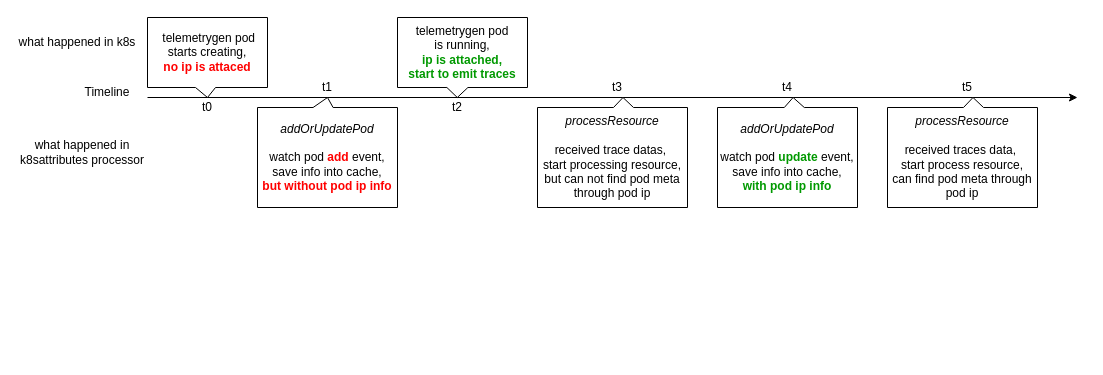
This is opentelemetry/collector/k8sattribute-bug-18892.drawio from fatsheep9146/drawio-registry, a draw.io file, before an edit. Source tidied: cells renumbered, new cells numbered last; positions are measured from the earlier drawing's top-left corner, leaving out a move shared by most shapes. Both pictures are drawn from the tidied source at 100%, with x=0, y=0 at pixel (17, 17).
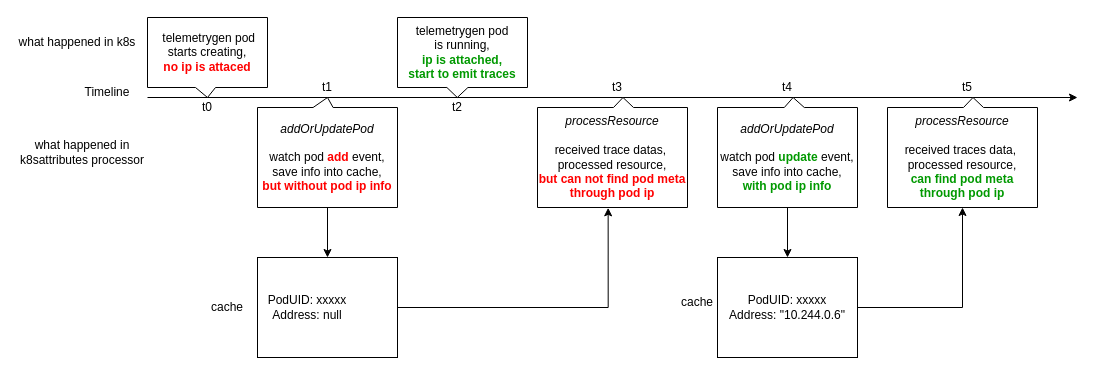
The same diagram, later.

The change refers to these unchanged cells:
```xml
<mxCell id="6" value="&lt;i&gt;addOrUpdatePod&lt;/i&gt;&lt;br&gt;&lt;br&gt;watch pod &lt;b&gt;&lt;font color=&quot;#ff0000&quot;&gt;add&lt;/font&gt;&lt;/b&gt; event, save info into cache, &lt;br&gt;&lt;b&gt;&lt;font color=&quot;#ff0000&quot;&gt;but without pod ip info&lt;/font&gt;&lt;/b&gt;" style="shape=callout;whiteSpace=wrap;html=1;perimeter=calloutPerimeter;size=10;position=0.46;base=20;direction=west;" parent="1" vertex="1">
  <mxGeometry x="240" y="80" width="140" height="110" as="geometry" />
</mxCell>
<mxCell id="14" value="&lt;i&gt;addOrUpdatePod&lt;/i&gt;&lt;br&gt;&lt;br&gt;watch pod &lt;b&gt;&lt;font color=&quot;#009900&quot;&gt;update&lt;/font&gt;&lt;/b&gt; event, &lt;br&gt;save info into cache,&lt;br style=&quot;border-color: var(--border-color);&quot;&gt;&lt;font color=&quot;#009900&quot;&gt;&lt;b&gt;with pod ip info&lt;/b&gt;&lt;/font&gt;" style="shape=callout;whiteSpace=wrap;html=1;perimeter=calloutPerimeter;size=10;position=0.38;base=20;direction=west;position2=0.46;" parent="1" vertex="1">
  <mxGeometry x="700" y="80" width="140" height="110" as="geometry" />
</mxCell>
```

Diff of the diagram source:
```diff
@@
+    <mxCell id="18" style="edgeStyle=orthogonalEdgeStyle;rounded=0;jettySize=auto;html=1;exitX=0.5;exitY=0;exitDx=0;exitDy=0;exitPerimeter=0;entryX=0.5;entryY=0;entryDx=0;entryDy=0;" parent="1" edge="1" source="6" target="20">
+      <mxGeometry relative="1" as="geometry" />
+    </mxCell>
@@
-    <mxCell id="12" value="&lt;i&gt;processResource&lt;/i&gt;&lt;br&gt;&lt;br&gt;received trace datas,&amp;nbsp;&lt;br&gt;start processing resource,&lt;br&gt;but can not find pod meta through pod ip" style="shape=callout;whiteSpace=wrap;html=1;perimeter=calloutPerimeter;size=10;position=0.36;base=20;direction=west;position2=0.43;" parent="1" vertex="1">
+    <mxCell id="12" value="&lt;i&gt;processResource&lt;/i&gt;&lt;br&gt;&lt;br&gt;received trace datas,&amp;nbsp;&lt;br&gt;processed resource,&lt;br&gt;&lt;b&gt;&lt;font color=&quot;#ff0000&quot;&gt;but can not find pod meta through pod ip&lt;/font&gt;&lt;/b&gt;" style="shape=callout;whiteSpace=wrap;html=1;perimeter=calloutPerimeter;size=10;position=0.36;base=20;direction=west;position2=0.43;" parent="1" vertex="1">
       <mxGeometry x="520" y="80" width="150" height="110" as="geometry" />
     </mxCell>
@@
+    <mxCell id="19" style="edgeStyle=orthogonalEdgeStyle;rounded=0;jettySize=auto;html=1;exitX=0.5;exitY=0;exitDx=0;exitDy=0;exitPerimeter=0;entryX=0.5;entryY=0;entryDx=0;entryDy=0;" parent="1" edge="1" source="14" target="23">
+      <mxGeometry relative="1" as="geometry" />
+    </mxCell>
@@
-    <mxCell id="16" value="&lt;i style=&quot;border-color: var(--border-color);&quot;&gt;processResource&lt;br&gt;&lt;/i&gt;&lt;br&gt;received traces data,&amp;nbsp;&lt;br&gt;start process resource,&lt;br&gt;can find pod meta through pod ip" style="shape=callout;whiteSpace=wrap;html=1;perimeter=calloutPerimeter;size=10;position=0.36;base=20;direction=west;position2=0.43;" parent="1" vertex="1">
+    <mxCell id="16" value="&lt;i style=&quot;border-color: var(--border-color);&quot;&gt;processResource&lt;br&gt;&lt;/i&gt;&lt;br&gt;received traces data,&amp;nbsp;&lt;br&gt;processed resource,&lt;br&gt;&lt;font color=&quot;#009900&quot;&gt;&lt;b&gt;can find pod meta through pod ip&lt;/b&gt;&lt;/font&gt;" style="shape=callout;whiteSpace=wrap;html=1;perimeter=calloutPerimeter;size=10;position=0.36;base=20;direction=west;position2=0.43;" parent="1" vertex="1">
       <mxGeometry x="870" y="80" width="150" height="110" as="geometry" />
     </mxCell>
@@
+    <mxCell id="20" style="rounded=0;whiteSpace=wrap;html=1;" parent="1" vertex="1">
+      <mxGeometry x="240" y="240" width="140" height="100" as="geometry" />
+    </mxCell>
+    <mxCell id="21" style="edgeStyle=orthogonalEdgeStyle;rounded=0;jettySize=auto;html=1;exitX=1;exitY=0.5;exitDx=0;exitDy=0;entryX=0.529;entryY=-0.003;entryDx=0;entryDy=0;entryPerimeter=0;" parent="1" edge="1" source="20" target="12">
+      <mxGeometry relative="1" as="geometry" />
+    </mxCell>
+    <mxCell id="22" style="edgeStyle=orthogonalEdgeStyle;rounded=0;jettySize=auto;html=1;exitX=1;exitY=0.5;exitDx=0;exitDy=0;entryX=0.5;entryY=0;entryDx=0;entryDy=0;entryPerimeter=0;" parent="1" edge="1" source="23" target="16">
+      <mxGeometry relative="1" as="geometry" />
+    </mxCell>
+    <mxCell id="23" value="PodUID: xxxxx&lt;br style=&quot;border-color: var(--border-color);&quot;&gt;Address: &quot;10.244.0.6&lt;span style=&quot;background-color: initial;&quot;&gt;&quot;&lt;/span&gt;" style="rounded=0;whiteSpace=wrap;html=1;" parent="1" vertex="1">
+      <mxGeometry x="700" y="240" width="140" height="100" as="geometry" />
+    </mxCell>
+    <mxCell id="24" value="cache" style="text;html=1;strokeColor=none;fillColor=none;align=center;verticalAlign=middle;whiteSpace=wrap;rounded=0;" parent="1" vertex="1">
+      <mxGeometry x="180" y="275" width="60" height="30" as="geometry" />
+    </mxCell>
+    <mxCell id="25" value="PodUID: xxxxx&lt;br&gt;Address: null" style="text;html=1;strokeColor=none;fillColor=none;align=center;verticalAlign=middle;whiteSpace=wrap;rounded=0;" parent="1" vertex="1">
+      <mxGeometry x="240" y="275" width="100" height="30" as="geometry" />
+    </mxCell>
+    <mxCell id="26" value="cache" style="text;html=1;strokeColor=none;fillColor=none;align=center;verticalAlign=middle;whiteSpace=wrap;rounded=0;" parent="1" vertex="1">
+      <mxGeometry x="650" y="270" width="60" height="30" as="geometry" />
+    </mxCell>
```
